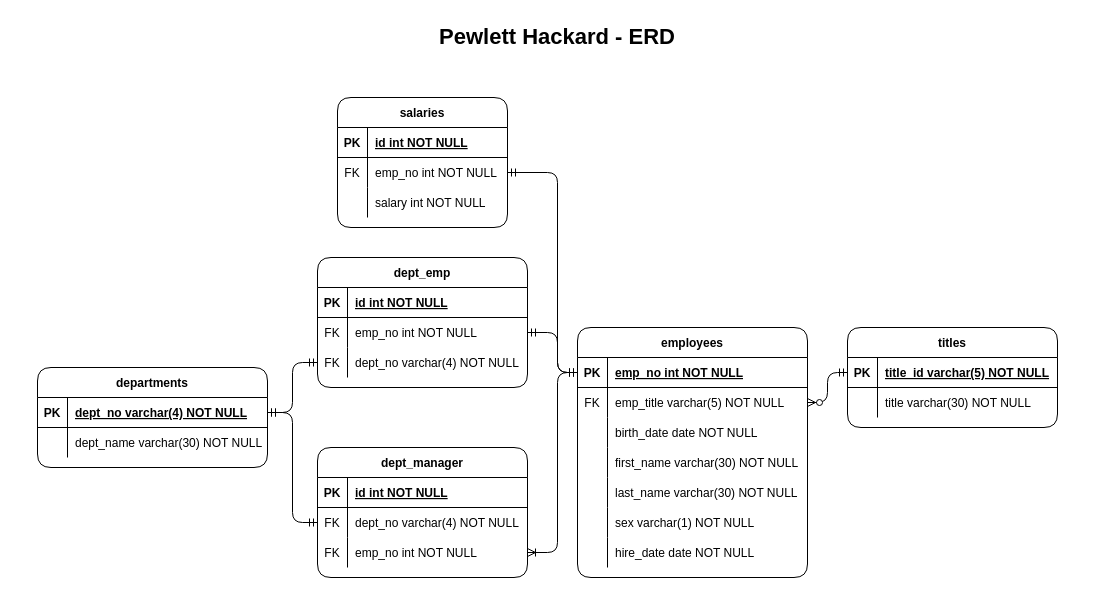
This is EmployeeSQL/resources/PewHack_ERD.drawio from abaker178/sql-challenge, a draw.io file, before an edit. Source tidied: cells renumbered, new cells numbered last; positions are measured from the earlier drawing's top-left corner, leaving out a move shared by most shapes. Both pictures are drawn from the tidied source at 100%, with x=0, y=0 at pixel (37, 17).
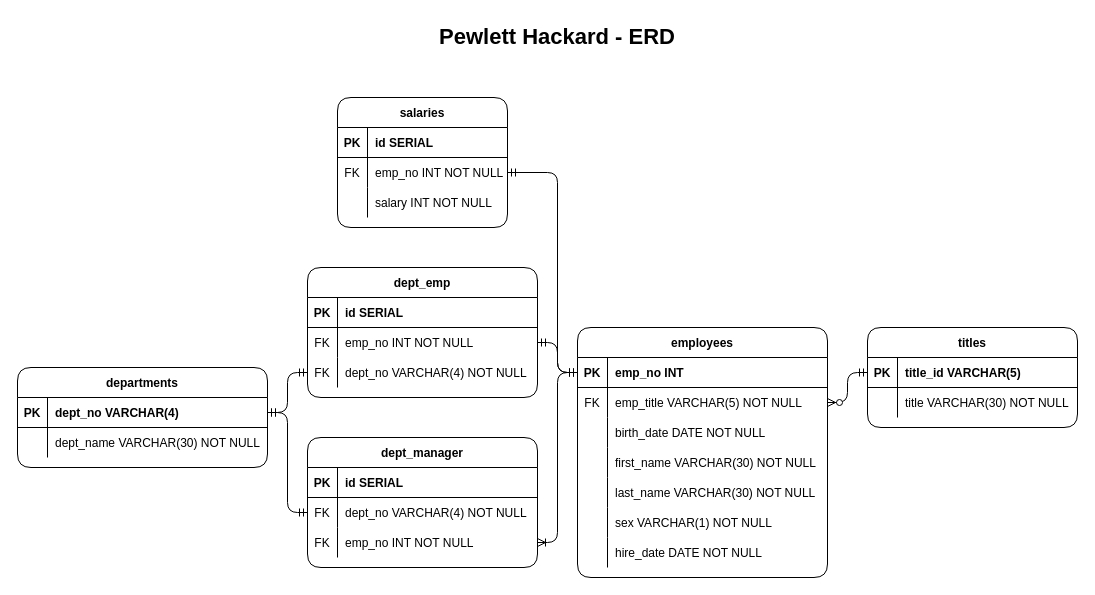
Above is the later version.

Commit message (it also covers changes not shown here):
table schema is complete || created file for analysis

Unchanged cells that the change refers to:
```xml
<mxCell id="52" style="shape=partialRectangle;fillColor=none;points=[[0,0.5],[1,0.5]];portConstraint=eastwest;top=0;left=0;right=0;bottom=1;" parent="51" vertex="1">
  <mxGeometry y="30" width="210" height="30" as="geometry" />
</mxCell>
<mxCell id="55" style="shape=partialRectangle;fillColor=none;top=0;left=0;right=0;bottom=0;" parent="51" vertex="1">
  <mxGeometry y="60" width="210" height="30" as="geometry" />
</mxCell>
<mxCell id="59" style="shape=partialRectangle;fillColor=none;top=0;left=0;right=0;bottom=1;" parent="58" vertex="1">
  <mxGeometry y="30" width="170" height="30" as="geometry" />
</mxCell>
<mxCell id="62" style="shape=partialRectangle;fillColor=none;points=[[0,0.5],[1,0.5]];portConstraint=eastwest;top=0;left=0;right=0;bottom=0;" parent="58" vertex="1">
  <mxGeometry y="60" width="170" height="30" as="geometry" />
</mxCell>
<mxCell id="65" style="shape=partialRectangle;fillColor=none;top=0;left=0;right=0;bottom=0;" parent="58" vertex="1">
  <mxGeometry y="90" width="170" height="30" as="geometry" />
</mxCell>
```

Diff of the diagram source:
```diff
@@
     <mxCell id="2" value="dept_manager" style="shape=table;startSize=30;childLayout=tableLayout;rowLines=0;fontStyle=1;align=center;rounded=1;" parent="1" vertex="1">
-      <mxGeometry x="280" y="430" width="210" height="130" as="geometry" />
+      <mxGeometry x="270" y="420" width="230" height="130" as="geometry" />
     </mxCell>
     <mxCell id="3" style="shape=partialRectangle;fillColor=none;top=0;left=0;right=0;bottom=1;" parent="2" vertex="1">
-      <mxGeometry y="30" width="210" height="30" as="geometry" />
+      <mxGeometry y="30" width="230" height="30" as="geometry" />
     </mxCell>
@@
-    <mxCell id="5" value="id int NOT NULL " style="shape=partialRectangle;overflow=hidden;fillColor=none;top=0;left=0;bottom=0;right=0;align=left;spacingLeft=6;fontStyle=5;" parent="3" vertex="1">
-      <mxGeometry x="30" width="180" height="30" as="geometry" />
+    <mxCell id="5" value="id SERIAL" style="shape=partialRectangle;overflow=hidden;fillColor=none;top=0;left=0;bottom=0;right=0;align=left;spacingLeft=6;fontStyle=1;" parent="3" vertex="1">
+      <mxGeometry x="30" width="200" height="30" as="geometry" />
     </mxCell>
     <mxCell id="6" style="shape=partialRectangle;fillColor=none;points=[[0,0.5],[1,0.5]];portConstraint=eastwest;top=0;left=0;right=0;bottom=0;" parent="2" vertex="1">
-      <mxGeometry y="60" width="210" height="30" as="geometry" />
+      <mxGeometry y="60" width="230" height="30" as="geometry" />
     </mxCell>
@@
-    <mxCell id="8" value="dept_no varchar(4) NOT NULL" style="shape=partialRectangle;overflow=hidden;fillColor=none;top=0;left=0;bottom=0;right=0;align=left;spacingLeft=6;" parent="6" vertex="1">
-      <mxGeometry x="30" width="180" height="30" as="geometry" />
+    <mxCell id="8" value="dept_no VARCHAR(4) NOT NULL" style="shape=partialRectangle;overflow=hidden;fillColor=none;top=0;left=0;bottom=0;right=0;align=left;spacingLeft=6;" parent="6" vertex="1">
+      <mxGeometry x="30" width="200" height="30" as="geometry" />
     </mxCell>
     <mxCell id="9" style="shape=partialRectangle;fillColor=none;points=[[0,0.5],[1,0.5]];portConstraint=eastwest;top=0;left=0;right=0;bottom=0;" parent="2" vertex="1">
-      <mxGeometry y="90" width="210" height="30" as="geometry" />
+      <mxGeometry y="90" width="230" height="30" as="geometry" />
     </mxCell>
@@
-    <mxCell id="11" value="emp_no int NOT NULL" style="shape=partialRectangle;overflow=hidden;fillColor=none;top=0;left=0;bottom=0;right=0;align=left;spacingLeft=6;" parent="9" vertex="1">
-      <mxGeometry x="30" width="180" height="30" as="geometry" />
+    <mxCell id="11" value="emp_no INT NOT NULL" style="shape=partialRectangle;overflow=hidden;fillColor=none;top=0;left=0;bottom=0;right=0;align=left;spacingLeft=6;" parent="9" vertex="1">
+      <mxGeometry x="30" width="200" height="30" as="geometry" />
     </mxCell>
     <mxCell id="12" value="employees" style="shape=table;startSize=30;childLayout=tableLayout;rowLines=0;fontStyle=1;align=center;rounded=1;" parent="1" vertex="1">
-      <mxGeometry x="540" y="310" width="230" height="250" as="geometry" />
+      <mxGeometry x="540" y="310" width="250" height="250" as="geometry" />
     </mxCell>
     <mxCell id="13" style="shape=partialRectangle;fillColor=none;points=[[0,0.5],[1,0.5]];portConstraint=eastwest;top=0;left=0;right=0;bottom=1;" parent="12" vertex="1">
-      <mxGeometry y="30" width="230" height="30" as="geometry" />
+      <mxGeometry y="30" width="250" height="30" as="geometry" />
     </mxCell>
@@
-    <mxCell id="15" value="emp_no int NOT NULL " style="shape=partialRectangle;overflow=hidden;fillColor=none;top=0;left=0;bottom=0;right=0;align=left;spacingLeft=6;fontStyle=5;" parent="13" vertex="1">
-      <mxGeometry x="30" width="200" height="30" as="geometry" />
+    <mxCell id="15" value="emp_no INT" style="shape=partialRectangle;overflow=hidden;fillColor=none;top=0;left=0;bottom=0;right=0;align=left;spacingLeft=6;fontStyle=1;" parent="13" vertex="1">
+      <mxGeometry x="30" width="220" height="30" as="geometry" />
     </mxCell>
     <mxCell id="16" style="shape=partialRectangle;fillColor=none;points=[[0,0.5],[1,0.5]];portConstraint=eastwest;top=0;left=0;right=0;bottom=0;" parent="12" vertex="1">
-      <mxGeometry y="60" width="230" height="30" as="geometry" />
+      <mxGeometry y="60" width="250" height="30" as="geometry" />
     </mxCell>
@@
-    <mxCell id="18" value="emp_title varchar(5) NOT NULL" style="shape=partialRectangle;overflow=hidden;fillColor=none;top=0;left=0;bottom=0;right=0;align=left;spacingLeft=6;" parent="16" vertex="1">
-      <mxGeometry x="30" width="200" height="30" as="geometry" />
+    <mxCell id="18" value="emp_title VARCHAR(5) NOT NULL" style="shape=partialRectangle;overflow=hidden;fillColor=none;top=0;left=0;bottom=0;right=0;align=left;spacingLeft=6;" parent="16" vertex="1">
+      <mxGeometry x="30" width="220" height="30" as="geometry" />
     </mxCell>
     <mxCell id="19" style="shape=partialRectangle;fillColor=none;top=0;left=0;right=0;bottom=0;" parent="12" vertex="1">
-      <mxGeometry y="90" width="230" height="30" as="geometry" />
+      <mxGeometry y="90" width="250" height="30" as="geometry" />
     </mxCell>
@@
-    <mxCell id="21" value="birth_date date NOT NULL" style="shape=partialRectangle;overflow=hidden;fillColor=none;top=0;left=0;bottom=0;right=0;align=left;spacingLeft=6;" parent="19" vertex="1">
-      <mxGeometry x="30" width="200" height="30" as="geometry" />
+    <mxCell id="21" value="birth_date DATE NOT NULL" style="shape=partialRectangle;overflow=hidden;fillColor=none;top=0;left=0;bottom=0;right=0;align=left;spacingLeft=6;" parent="19" vertex="1">
+      <mxGeometry x="30" width="220" height="30" as="geometry" />
     </mxCell>
     <mxCell id="22" style="shape=partialRectangle;fillColor=none;top=0;left=0;bottom=0;right=0;" parent="12" vertex="1">
-      <mxGeometry y="120" width="230" height="30" as="geometry" />
+      <mxGeometry y="120" width="250" height="30" as="geometry" />
     </mxCell>
@@
-    <mxCell id="24" value="first_name varchar(30) NOT NULL" style="shape=partialRectangle;fillColor=none;top=0;left=0;bottom=0;right=0;align=left;spacingLeft=6;fontStyle=0;overflow=hidden;" parent="22" vertex="1">
-      <mxGeometry x="30" width="200" height="30" as="geometry" />
+    <mxCell id="24" value="first_name VARCHAR(30) NOT NULL" style="shape=partialRectangle;fillColor=none;top=0;left=0;bottom=0;right=0;align=left;spacingLeft=6;fontStyle=0;overflow=hidden;" parent="22" vertex="1">
+      <mxGeometry x="30" width="220" height="30" as="geometry" />
     </mxCell>
     <mxCell id="25" style="shape=partialRectangle;fillColor=none;top=0;left=0;bottom=0;right=0;" parent="12" vertex="1">
-      <mxGeometry y="150" width="230" height="30" as="geometry" />
+      <mxGeometry y="150" width="250" height="30" as="geometry" />
     </mxCell>
@@
-    <mxCell id="27" value="last_name varchar(30) NOT NULL" style="shape=partialRectangle;fillColor=none;top=0;left=0;bottom=0;right=0;align=left;spacingLeft=6;fontStyle=0;overflow=hidden;" parent="25" vertex="1">
-      <mxGeometry x="30" width="200" height="30" as="geometry" />
+    <mxCell id="27" value="last_name VARCHAR(30) NOT NULL" style="shape=partialRectangle;fillColor=none;top=0;left=0;bottom=0;right=0;align=left;spacingLeft=6;fontStyle=0;overflow=hidden;" parent="25" vertex="1">
+      <mxGeometry x="30" width="220" height="30" as="geometry" />
     </mxCell>
     <mxCell id="28" style="shape=partialRectangle;fillColor=none;top=0;left=0;bottom=0;right=0;" parent="12" vertex="1">
-      <mxGeometry y="180" width="230" height="30" as="geometry" />
+      <mxGeometry y="180" width="250" height="30" as="geometry" />
     </mxCell>
@@
-    <mxCell id="30" value="sex varchar(1) NOT NULL" style="shape=partialRectangle;fillColor=none;top=0;left=0;bottom=0;right=0;align=left;spacingLeft=6;fontStyle=0;overflow=hidden;" parent="28" vertex="1">
-      <mxGeometry x="30" width="200" height="30" as="geometry" />
+    <mxCell id="30" value="sex VARCHAR(1) NOT NULL" style="shape=partialRectangle;fillColor=none;top=0;left=0;bottom=0;right=0;align=left;spacingLeft=6;fontStyle=0;overflow=hidden;" parent="28" vertex="1">
+      <mxGeometry x="30" width="220" height="30" as="geometry" />
     </mxCell>
     <mxCell id="31" style="shape=partialRectangle;fillColor=none;top=0;left=0;bottom=0;right=0;" parent="12" vertex="1">
-      <mxGeometry y="210" width="230" height="30" as="geometry" />
+      <mxGeometry y="210" width="250" height="30" as="geometry" />
     </mxCell>
@@
-    <mxCell id="33" value="hire_date date NOT NULL" style="shape=partialRectangle;fillColor=none;top=0;left=0;bottom=0;right=0;align=left;spacingLeft=6;fontStyle=0;overflow=hidden;" parent="31" vertex="1">
-      <mxGeometry x="30" width="200" height="30" as="geometry" />
+    <mxCell id="33" value="hire_date DATE NOT NULL" style="shape=partialRectangle;fillColor=none;top=0;left=0;bottom=0;right=0;align=left;spacingLeft=6;fontStyle=0;overflow=hidden;" parent="31" vertex="1">
+      <mxGeometry x="30" width="220" height="30" as="geometry" />
     </mxCell>
     <mxCell id="34" value="departments" style="shape=table;startSize=30;childLayout=tableLayout;rowLines=0;fontStyle=1;align=center;rounded=1;" parent="1" vertex="1">
-      <mxGeometry y="350" width="230" height="100" as="geometry" />
+      <mxGeometry x="-20" y="350" width="250" height="100" as="geometry" />
     </mxCell>
     <mxCell id="35" style="shape=partialRectangle;fillColor=none;points=[[0,0.5],[1,0.5]];portConstraint=eastwest;top=0;left=0;right=0;bottom=1;" parent="34" vertex="1">
-      <mxGeometry y="30" width="230" height="30" as="geometry" />
+      <mxGeometry y="30" width="250" height="30" as="geometry" />
     </mxCell>
@@
-    <mxCell id="37" value="dept_no varchar(4) NOT NULL " style="shape=partialRectangle;overflow=hidden;fillColor=none;top=0;left=0;bottom=0;right=0;align=left;spacingLeft=6;fontStyle=5;" parent="35" vertex="1">
-      <mxGeometry x="30" width="200" height="30" as="geometry" />
+    <mxCell id="37" value="dept_no VARCHAR(4)" style="shape=partialRectangle;overflow=hidden;fillColor=none;top=0;left=0;bottom=0;right=0;align=left;spacingLeft=6;fontStyle=1;" parent="35" vertex="1">
+      <mxGeometry x="30" width="220" height="30" as="geometry" />
     </mxCell>
     <mxCell id="38" style="shape=partialRectangle;fillColor=none;top=0;left=0;right=0;bottom=0;" parent="34" vertex="1">
-      <mxGeometry y="60" width="230" height="30" as="geometry" />
+      <mxGeometry y="60" width="250" height="30" as="geometry" />
     </mxCell>
@@
-    <mxCell id="40" value="dept_name varchar(30) NOT NULL" style="shape=partialRectangle;overflow=hidden;fillColor=none;top=0;left=0;bottom=0;right=0;align=left;spacingLeft=6;" parent="38" vertex="1">
-      <mxGeometry x="30" width="200" height="30" as="geometry" />
+    <mxCell id="40" value="dept_name VARCHAR(30) NOT NULL" style="shape=partialRectangle;overflow=hidden;fillColor=none;top=0;left=0;bottom=0;right=0;align=left;spacingLeft=6;" parent="38" vertex="1">
+      <mxGeometry x="30" width="220" height="30" as="geometry" />
     </mxCell>
     <mxCell id="41" value="dept_emp" style="shape=table;startSize=30;childLayout=tableLayout;rowLines=0;fontStyle=1;align=center;rounded=1;" parent="1" vertex="1">
-      <mxGeometry x="280" y="240" width="210" height="130" as="geometry" />
+      <mxGeometry x="270" y="250" width="230" height="130" as="geometry" />
     </mxCell>
     <mxCell id="42" style="shape=partialRectangle;fillColor=none;top=0;left=0;right=0;bottom=1;" parent="41" vertex="1">
-      <mxGeometry y="30" width="210" height="30" as="geometry" />
+      <mxGeometry y="30" width="230" height="30" as="geometry" />
     </mxCell>
@@
-    <mxCell id="44" value="id int NOT NULL " style="shape=partialRectangle;overflow=hidden;fillColor=none;top=0;left=0;bottom=0;right=0;align=left;spacingLeft=6;fontStyle=5;" parent="42" vertex="1">
-      <mxGeometry x="30" width="180" height="30" as="geometry" />
+    <mxCell id="44" value="id SERIAL" style="shape=partialRectangle;overflow=hidden;fillColor=none;top=0;left=0;bottom=0;right=0;align=left;spacingLeft=6;fontStyle=1;" parent="42" vertex="1">
+      <mxGeometry x="30" width="200" height="30" as="geometry" />
     </mxCell>
     <mxCell id="45" style="shape=partialRectangle;fillColor=none;top=0;left=0;bottom=0;right=0;points=[[0,0.5],[1,0.5]];portConstraint=eastwest;" parent="41" vertex="1">
-      <mxGeometry y="60" width="210" height="30" as="geometry" />
+      <mxGeometry y="60" width="230" height="30" as="geometry" />
     </mxCell>
@@
-    <mxCell id="47" value="emp_no int NOT NULL" style="shape=partialRectangle;fillColor=none;top=0;left=0;bottom=0;right=0;align=left;spacingLeft=6;overflow=hidden;" parent="45" vertex="1">
-      <mxGeometry x="30" width="180" height="30" as="geometry" />
+    <mxCell id="47" value="emp_no INT NOT NULL" style="shape=partialRectangle;fillColor=none;top=0;left=0;bottom=0;right=0;align=left;spacingLeft=6;overflow=hidden;" parent="45" vertex="1">
+      <mxGeometry x="30" width="200" height="30" as="geometry" />
     </mxCell>
     <mxCell id="48" style="shape=partialRectangle;fillColor=none;points=[[0,0.5],[1,0.5]];portConstraint=eastwest;top=0;left=0;right=0;bottom=0;" parent="41" vertex="1">
-      <mxGeometry y="90" width="210" height="30" as="geometry" />
+      <mxGeometry y="90" width="230" height="30" as="geometry" />
     </mxCell>
@@
-    <mxCell id="50" value="dept_no varchar(4) NOT NULL" style="shape=partialRectangle;overflow=hidden;fillColor=none;top=0;left=0;bottom=0;right=0;align=left;spacingLeft=6;" parent="48" vertex="1">
-      <mxGeometry x="30" width="180" height="30" as="geometry" />
+    <mxCell id="50" value="dept_no VARCHAR(4) NOT NULL" style="shape=partialRectangle;overflow=hidden;fillColor=none;top=0;left=0;bottom=0;right=0;align=left;spacingLeft=6;" parent="48" vertex="1">
+      <mxGeometry x="30" width="200" height="30" as="geometry" />
     </mxCell>
     <mxCell id="51" value="titles" style="shape=table;startSize=30;childLayout=tableLayout;rowLines=0;fontStyle=1;align=center;rounded=1;" parent="1" vertex="1">
-      <mxGeometry x="810" y="310" width="210" height="100" as="geometry" />
+      <mxGeometry x="830" y="310" width="210" height="100" as="geometry" />
     </mxCell>
@@
-    <mxCell id="54" value="title_id varchar(5) NOT NULL " style="shape=partialRectangle;overflow=hidden;fillColor=none;top=0;left=0;bottom=0;right=0;align=left;spacingLeft=6;fontStyle=5;" parent="52" vertex="1">
+    <mxCell id="54" value="title_id VARCHAR(5)" style="shape=partialRectangle;overflow=hidden;fillColor=none;top=0;left=0;bottom=0;right=0;align=left;spacingLeft=6;fontStyle=1;" parent="52" vertex="1">
       <mxGeometry x="30" width="180" height="30" as="geometry" />
     </mxCell>
@@
-    <mxCell id="57" value="title varchar(30) NOT NULL" style="shape=partialRectangle;overflow=hidden;fillColor=none;top=0;left=0;bottom=0;right=0;align=left;spacingLeft=6;" parent="55" vertex="1">
+    <mxCell id="57" value="title VARCHAR(30) NOT NULL" style="shape=partialRectangle;overflow=hidden;fillColor=none;top=0;left=0;bottom=0;right=0;align=left;spacingLeft=6;" parent="55" vertex="1">
       <mxGeometry x="30" width="180" height="30" as="geometry" />
     </mxCell>
@@
-    <mxCell id="61" value="id int NOT NULL " style="shape=partialRectangle;overflow=hidden;fillColor=none;top=0;left=0;bottom=0;right=0;align=left;spacingLeft=6;fontStyle=5;" parent="59" vertex="1">
+    <mxCell id="61" value="id SERIAL" style="shape=partialRectangle;overflow=hidden;fillColor=none;top=0;left=0;bottom=0;right=0;align=left;spacingLeft=6;fontStyle=1;" parent="59" vertex="1">
       <mxGeometry x="30" width="140" height="30" as="geometry" />
     </mxCell>
@@
-    <mxCell id="64" value="emp_no int NOT NULL" style="shape=partialRectangle;overflow=hidden;fillColor=none;top=0;left=0;bottom=0;right=0;align=left;spacingLeft=6;" parent="62" vertex="1">
+    <mxCell id="64" value="emp_no INT NOT NULL" style="shape=partialRectangle;overflow=hidden;fillColor=none;top=0;left=0;bottom=0;right=0;align=left;spacingLeft=6;" parent="62" vertex="1">
       <mxGeometry x="30" width="140" height="30" as="geometry" />
     </mxCell>
@@
-    <mxCell id="67" value="salary int NOT NULL" style="shape=partialRectangle;overflow=hidden;fillColor=none;top=0;left=0;bottom=0;right=0;align=left;spacingLeft=6;" parent="65" vertex="1">
+    <mxCell id="67" value="salary INT NOT NULL" style="shape=partialRectangle;overflow=hidden;fillColor=none;top=0;left=0;bottom=0;right=0;align=left;spacingLeft=6;" parent="65" vertex="1">
       <mxGeometry x="30" width="140" height="30" as="geometry" />
     </mxCell>
@@
     <mxCell id="71" style="edgeStyle=orthogonalEdgeStyle;rounded=1;jettySize=auto;html=1;exitX=0;exitY=0.5;exitDx=0;exitDy=0;entryX=1;entryY=0.5;entryDx=0;entryDy=0;startArrow=ERmandOne;startFill=0;endArrow=ERmandOne;endFill=0;fontSize=22;" parent="1" edge="1" source="13" target="45">
       <mxGeometry relative="1" as="geometry">
         <Array as="points">
           <mxPoint x="520" y="355" />
-          <mxPoint x="520" y="315" />
+          <mxPoint x="520" y="325" />
         </Array>
       </mxGeometry>
     </mxCell>
     <mxCell id="72" style="edgeStyle=orthogonalEdgeStyle;rounded=1;jettySize=auto;html=1;exitX=0;exitY=0.5;exitDx=0;exitDy=0;entryX=1;entryY=0.5;entryDx=0;entryDy=0;startArrow=ERmandOne;startFill=0;endArrow=ERoneToMany;endFill=0;fontSize=22;" parent="1" edge="1" source="13" target="9">
       <mxGeometry relative="1" as="geometry">
         <Array as="points">
           <mxPoint x="520" y="355" />
-          <mxPoint x="520" y="535" />
+          <mxPoint x="520" y="525" />
         </Array>
       </mxGeometry>
     </mxCell>
     <mxCell id="73" style="edgeStyle=orthogonalEdgeStyle;rounded=1;jettySize=auto;html=1;exitX=1;exitY=0.5;exitDx=0;exitDy=0;entryX=0;entryY=0.5;entryDx=0;entryDy=0;startArrow=ERmandOne;startFill=0;endArrow=ERmandOne;endFill=0;fontSize=22;" parent="1" edge="1" source="35" target="6">
-      <mxGeometry relative="1" as="geometry" />
+      <mxGeometry relative="1" as="geometry">
+        <Array as="points">
+          <mxPoint x="250" y="395" />
+          <mxPoint x="250" y="495" />
+        </Array>
+      </mxGeometry>
     </mxCell>
     <mxCell id="74" style="edgeStyle=orthogonalEdgeStyle;rounded=1;jettySize=auto;html=1;exitX=1;exitY=0.5;exitDx=0;exitDy=0;entryX=0;entryY=0.5;entryDx=0;entryDy=0;startArrow=ERmandOne;startFill=0;endArrow=ERmandOne;endFill=0;fontSize=22;" parent="1" edge="1" source="35" target="48">
-      <mxGeometry relative="1" as="geometry" />
+      <mxGeometry relative="1" as="geometry">
+        <Array as="points">
+          <mxPoint x="250" y="395" />
+          <mxPoint x="250" y="355" />
+        </Array>
+      </mxGeometry>
     </mxCell>
```
